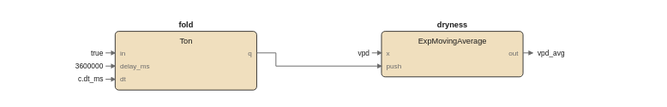
This is images/logic/irr_modulation_fbd.drawio.svg from pstch/botanik2, a draw.io export, as it was before one commit. Source tidied: cells renumbered, new cells last; positions are measured from the earlier drawing's top-left corner, leaving out a move shared by most shapes.
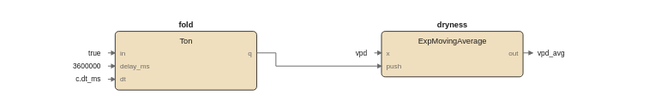
The same diagram one commit later.

Change to the diagram source:
```diff
@@ -41,19 +41,16 @@
     <mxCell id="14" value="out" style="text;html=1;whiteSpace=nowrap;fontSize=6;fontColor=#6b6b6b;align=right;verticalAlign=middle;" parent="1" vertex="1">
       <mxGeometry x="353" y="23.6" width="20" height="9.8" as="geometry" />
     </mxCell>
-    <mxCell id="15" style="edgeStyle=none;html=1;strokeColor=#6b6b6b;endArrow=block;" parent="1" edge="1">
+    <mxCell id="15" style="edgeStyle=none;html=1;strokeColor=#6b6b6b;endArrow=block;exitX=1;exitY=0.4737;exitDx=0;exitDy=0;" parent="1" edge="1" source="9">
       <mxGeometry relative="1" as="geometry">
-        <mxPoint x="377" y="28" as="sourcePoint" />
         <mxPoint x="385" y="28" as="targetPoint" />
       </mxGeometry>
     </mxCell>
     <mxCell id="16" value="vpd_avg" style="text;html=1;whiteSpace=nowrap;fontSize=6;fontColor=#1a1a1a;align=left;verticalAlign=middle;" parent="1" vertex="1">
       <mxGeometry x="389" y="23.5" width="27.1" height="10" as="geometry" />
     </mxCell>
-    <mxCell id="17" style="edgeStyle=none;html=1;strokeColor=#6b6b6b;endArrow=block;" parent="1" edge="1">
+    <mxCell id="17" style="edgeStyle=none;html=1;strokeColor=#6b6b6b;endArrow=block;exitX=1;exitY=0.3673;exitDx=0;exitDy=0;entryX=0;entryY=0.7632;entryDx=0;entryDy=0;" parent="1" edge="1" source="2" target="9">
       <mxGeometry relative="1" as="geometry">
-        <mxPoint x="155" y="28" as="sourcePoint" />
-        <mxPoint x="259" y="39" as="targetPoint" />
         <Array as="points">
           <mxPoint x="171" y="28" />
           <mxPoint x="171" y="39" />
@@ -61,39 +58,35 @@
       </mxGeometry>
     </mxCell>
     <mxCell id="18" value="true" style="text;html=1;whiteSpace=nowrap;fontSize=6;fontColor=#1a1a1a;align=right;verticalAlign=middle;" parent="1" vertex="1">
-      <mxGeometry x="7" y="23.5" width="20" height="10" as="geometry" />
+      <mxGeometry x="5" y="23.5" width="20" height="10" as="geometry" />
     </mxCell>
-    <mxCell id="19" style="edgeStyle=none;html=1;strokeColor=#6b6b6b;endArrow=block;" parent="1" edge="1">
+    <mxCell id="19" style="edgeStyle=none;html=1;strokeColor=#6b6b6b;endArrow=block;entryX=0;entryY=0.3673;entryDx=0;entryDy=0;" parent="1" edge="1" target="2">
       <mxGeometry relative="1" as="geometry">
-        <mxPoint x="29" y="28" as="sourcePoint" />
-        <mxPoint x="37" y="28" as="targetPoint" />
+        <mxPoint x="31" y="28" as="sourcePoint" />
       </mxGeometry>
     </mxCell>
     <mxCell id="20" value="3600000" style="text;html=1;whiteSpace=nowrap;fontSize=6;fontColor=#1a1a1a;align=right;verticalAlign=middle;" parent="1" vertex="1">
-      <mxGeometry x="-0.1" y="34.5" width="27.1" height="10" as="geometry" />
+      <mxGeometry x="-2.1" y="34.5" width="27.1" height="10" as="geometry" />
     </mxCell>
-    <mxCell id="21" style="edgeStyle=none;html=1;strokeColor=#6b6b6b;endArrow=block;" parent="1" edge="1">
+    <mxCell id="21" style="edgeStyle=none;html=1;strokeColor=#6b6b6b;endArrow=block;entryX=0;entryY=0.5918;entryDx=0;entryDy=0;" parent="1" edge="1" target="2">
       <mxGeometry relative="1" as="geometry">
-        <mxPoint x="29" y="39" as="sourcePoint" />
-        <mxPoint x="37" y="39" as="targetPoint" />
+        <mxPoint x="31" y="39" as="sourcePoint" />
       </mxGeometry>
     </mxCell>
     <mxCell id="22" value="c.dt_ms" style="text;html=1;whiteSpace=nowrap;fontSize=6;fontColor=#1a1a1a;align=right;verticalAlign=middle;" parent="1" vertex="1">
-      <mxGeometry x="-0.1" y="45.5" width="27.1" height="10" as="geometry" />
+      <mxGeometry x="-2.1" y="45.5" width="27.1" height="10" as="geometry" />
     </mxCell>
-    <mxCell id="23" style="edgeStyle=none;html=1;strokeColor=#6b6b6b;endArrow=block;" parent="1" edge="1">
+    <mxCell id="23" style="edgeStyle=none;html=1;strokeColor=#6b6b6b;endArrow=block;entryX=0;entryY=0.8163;entryDx=0;entryDy=0;" parent="1" edge="1" target="2">
       <mxGeometry relative="1" as="geometry">
-        <mxPoint x="29" y="50" as="sourcePoint" />
-        <mxPoint x="37" y="50" as="targetPoint" />
+        <mxPoint x="31" y="50" as="sourcePoint" />
       </mxGeometry>
     </mxCell>
     <mxCell id="24" value="vpd" style="text;html=1;whiteSpace=nowrap;fontSize=6;fontColor=#1a1a1a;align=right;verticalAlign=middle;" parent="1" vertex="1">
-      <mxGeometry x="229" y="23.5" width="20" height="10" as="geometry" />
+      <mxGeometry x="227" y="23.5" width="20" height="10" as="geometry" />
     </mxCell>
-    <mxCell id="25" style="edgeStyle=none;html=1;strokeColor=#6b6b6b;endArrow=block;" parent="1" edge="1">
+    <mxCell id="25" style="edgeStyle=none;html=1;strokeColor=#6b6b6b;endArrow=block;entryX=0;entryY=0.4737;entryDx=0;entryDy=0;" parent="1" edge="1" target="9">
       <mxGeometry relative="1" as="geometry">
-        <mxPoint x="251" y="28" as="sourcePoint" />
-        <mxPoint x="259" y="28" as="targetPoint" />
+        <mxPoint x="253" y="28" as="sourcePoint" />
       </mxGeometry>
     </mxCell>
   </root>
```
